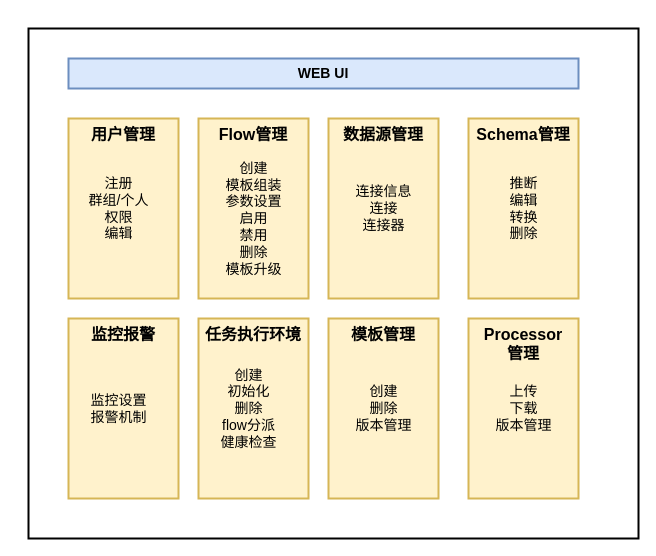
Earlier version of the draw.io diagram page "Architecture" (5 of 5) of 自助式接入.drawio (dophinlife/drawio). Source tidied: cells renumbered, new cells numbered last; positions are measured from the earlier drawing's top-left corner, leaving out a move shared by most shapes. Both pictures are drawn from the tidied source at 100%, with x=0, y=0 at pixel (28, 28).
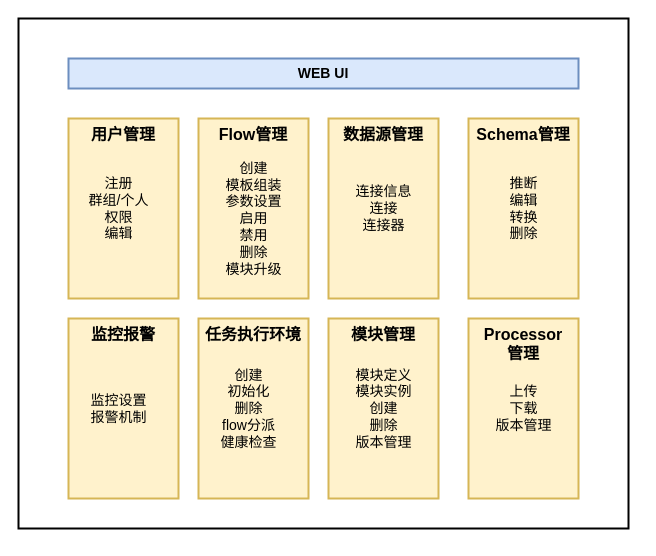
After the change.

Diff of the diagram source:
```diff
@@
 <mxGraphModel>
   <root>
     <mxCell id="0" />
     <mxCell id="1" parent="0" />
     <mxCell id="2" style="rounded=0;whiteSpace=wrap;html=1;strokeWidth=2;" parent="1" vertex="1">
-      <mxGeometry width="610" height="510" as="geometry" />
+      <mxGeometry x="-10" y="-10" width="610" height="510" as="geometry" />
     </mxCell>
     <mxCell id="3" value="&lt;b&gt;&lt;font style=&quot;font-size: 14px&quot;&gt;WEB UI&lt;/font&gt;&lt;/b&gt;" style="rounded=0;whiteSpace=wrap;html=1;strokeWidth=2;fillColor=#dae8fc;strokeColor=#6c8ebf;" parent="1" vertex="1">
       <mxGeometry x="40" y="30" width="510" height="30" as="geometry" />
     </mxCell>
     <mxCell id="4" value="&lt;b&gt;&lt;font style=&quot;font-size: 16px&quot;&gt;用户管理&lt;/font&gt;&lt;/b&gt;" style="rounded=0;whiteSpace=wrap;html=1;strokeWidth=2;fillColor=#fff2cc;strokeColor=#d6b656;verticalAlign=top;fontSize=14;" parent="1" vertex="1">
       <mxGeometry x="40" y="90" width="110" height="180" as="geometry" />
     </mxCell>
     <mxCell id="5" value="注册&lt;br&gt;群组/个人&lt;br&gt;权限&lt;br&gt;编辑" style="text;html=1;align=center;verticalAlign=middle;fontSize=14;" parent="1" vertex="1">
       <mxGeometry x="50" y="145" width="80" height="70" as="geometry" />
     </mxCell>
     <mxCell id="6" value="&lt;span style=&quot;font-size: 16px&quot;&gt;&lt;b&gt;数据源管理&lt;/b&gt;&lt;/span&gt;" style="rounded=0;whiteSpace=wrap;html=1;strokeWidth=2;fillColor=#fff2cc;strokeColor=#d6b656;verticalAlign=top;fontSize=14;" parent="1" vertex="1">
       <mxGeometry x="300" y="90" width="110" height="180" as="geometry" />
     </mxCell>
     <mxCell id="7" value="&lt;span style=&quot;font-size: 16px&quot;&gt;&lt;b&gt;Flow管理&lt;/b&gt;&lt;/span&gt;" style="rounded=0;whiteSpace=wrap;html=1;strokeWidth=2;fillColor=#fff2cc;strokeColor=#d6b656;verticalAlign=top;fontSize=14;" parent="1" vertex="1">
       <mxGeometry x="170" y="90" width="110" height="180" as="geometry" />
     </mxCell>
-    <mxCell id="8" value="创建&lt;br&gt;模板组装&lt;br&gt;参数设置&lt;br&gt;启用&lt;br&gt;禁用&lt;br&gt;删除&lt;br&gt;模板升级" style="text;html=1;align=center;verticalAlign=middle;fontSize=14;" parent="1" vertex="1">
+    <mxCell id="8" value="创建&lt;br&gt;模板组装&lt;br&gt;参数设置&lt;br&gt;启用&lt;br&gt;禁用&lt;br&gt;删除&lt;br&gt;模块升级" style="text;html=1;align=center;verticalAlign=middle;fontSize=14;" parent="1" vertex="1">
       <mxGeometry x="190" y="130" width="70" height="120" as="geometry" />
     </mxCell>
     <mxCell id="9" value="&lt;span style=&quot;font-size: 16px&quot;&gt;&lt;b&gt;Schema管理&lt;/b&gt;&lt;/span&gt;" style="rounded=0;whiteSpace=wrap;html=1;strokeWidth=2;fillColor=#fff2cc;strokeColor=#d6b656;verticalAlign=top;fontSize=14;" parent="1" vertex="1">
       <mxGeometry x="440" y="90" width="110" height="180" as="geometry" />
     </mxCell>
     <mxCell id="10" value="&lt;span style=&quot;font-size: 16px&quot;&gt;&lt;b&gt;监控报警&lt;/b&gt;&lt;/span&gt;" style="rounded=0;whiteSpace=wrap;html=1;strokeWidth=2;fillColor=#fff2cc;strokeColor=#d6b656;verticalAlign=top;fontSize=14;" parent="1" vertex="1">
       <mxGeometry x="40" y="290" width="110" height="180" as="geometry" />
     </mxCell>
     <mxCell id="11" value="监控设置&lt;br&gt;报警机制" style="text;html=1;align=center;verticalAlign=middle;fontSize=14;" parent="1" vertex="1">
       <mxGeometry x="55" y="360" width="70" height="40" as="geometry" />
     </mxCell>
-    <mxCell id="12" value="&lt;span style=&quot;font-size: 16px&quot;&gt;&lt;b&gt;模板管理&lt;/b&gt;&lt;/span&gt;" style="rounded=0;whiteSpace=wrap;html=1;strokeWidth=2;fillColor=#fff2cc;strokeColor=#d6b656;verticalAlign=top;fontSize=14;" parent="1" vertex="1">
+    <mxCell id="12" value="&lt;span style=&quot;font-size: 16px&quot;&gt;&lt;b&gt;模块管理&lt;/b&gt;&lt;/span&gt;" style="rounded=0;whiteSpace=wrap;html=1;strokeWidth=2;fillColor=#fff2cc;strokeColor=#d6b656;verticalAlign=top;fontSize=14;" parent="1" vertex="1">
       <mxGeometry x="300" y="290" width="110" height="180" as="geometry" />
     </mxCell>
     <mxCell id="13" value="&lt;span style=&quot;font-size: 16px&quot;&gt;&lt;b&gt;任务执行环境&lt;/b&gt;&lt;/span&gt;" style="rounded=0;whiteSpace=wrap;html=1;strokeWidth=2;fillColor=#fff2cc;strokeColor=#d6b656;verticalAlign=top;fontSize=14;" parent="1" vertex="1">
       <mxGeometry x="170" y="290" width="110" height="180" as="geometry" />
     </mxCell>
     <mxCell id="14" value="创建&lt;br&gt;初始化&lt;br&gt;删除&lt;br&gt;flow分派&lt;br&gt;健康检查" style="text;html=1;align=center;verticalAlign=middle;fontSize=14;" parent="1" vertex="1">
       <mxGeometry x="185" y="335" width="70" height="90" as="geometry" />
     </mxCell>
     <mxCell id="15" value="&lt;span style=&quot;font-size: 16px&quot;&gt;&lt;b&gt;Processor&lt;br&gt;管理&lt;br&gt;&lt;/b&gt;&lt;/span&gt;" style="rounded=0;whiteSpace=wrap;html=1;strokeWidth=2;fillColor=#fff2cc;strokeColor=#d6b656;verticalAlign=top;fontSize=14;" parent="1" vertex="1">
       <mxGeometry x="440" y="290" width="110" height="180" as="geometry" />
     </mxCell>
     <mxCell id="16" value="连接信息&lt;br&gt;连接&lt;br&gt;连接器" style="text;html=1;align=center;verticalAlign=middle;fontSize=14;" parent="1" vertex="1">
       <mxGeometry x="320" y="150" width="70" height="60" as="geometry" />
     </mxCell>
     <mxCell id="17" value="推断&lt;br&gt;编辑&lt;br&gt;转换&lt;br&gt;删除" style="text;html=1;align=center;verticalAlign=middle;fontSize=14;" parent="1" vertex="1">
       <mxGeometry x="475" y="145" width="40" height="70" as="geometry" />
     </mxCell>
-    <mxCell id="18" value="创建&lt;br&gt;删除&lt;br&gt;版本管理" style="text;html=1;align=center;verticalAlign=middle;fontSize=14;" parent="1" vertex="1">
-      <mxGeometry x="320" y="350" width="70" height="60" as="geometry" />
+    <mxCell id="18" value="模块定义&lt;br&gt;模块实例&lt;br&gt;创建&lt;br&gt;删除&lt;br&gt;版本管理" style="text;html=1;align=center;verticalAlign=middle;fontSize=14;" parent="1" vertex="1">
+      <mxGeometry x="320" y="335" width="70" height="90" as="geometry" />
     </mxCell>
     <mxCell id="19" value="上传&lt;br&gt;下载&lt;br&gt;版本管理" style="text;html=1;align=center;verticalAlign=middle;fontSize=14;" parent="1" vertex="1">
       <mxGeometry x="460" y="350" width="70" height="60" as="geometry" />
     </mxCell>
   </root>
 </mxGraphModel>
```
